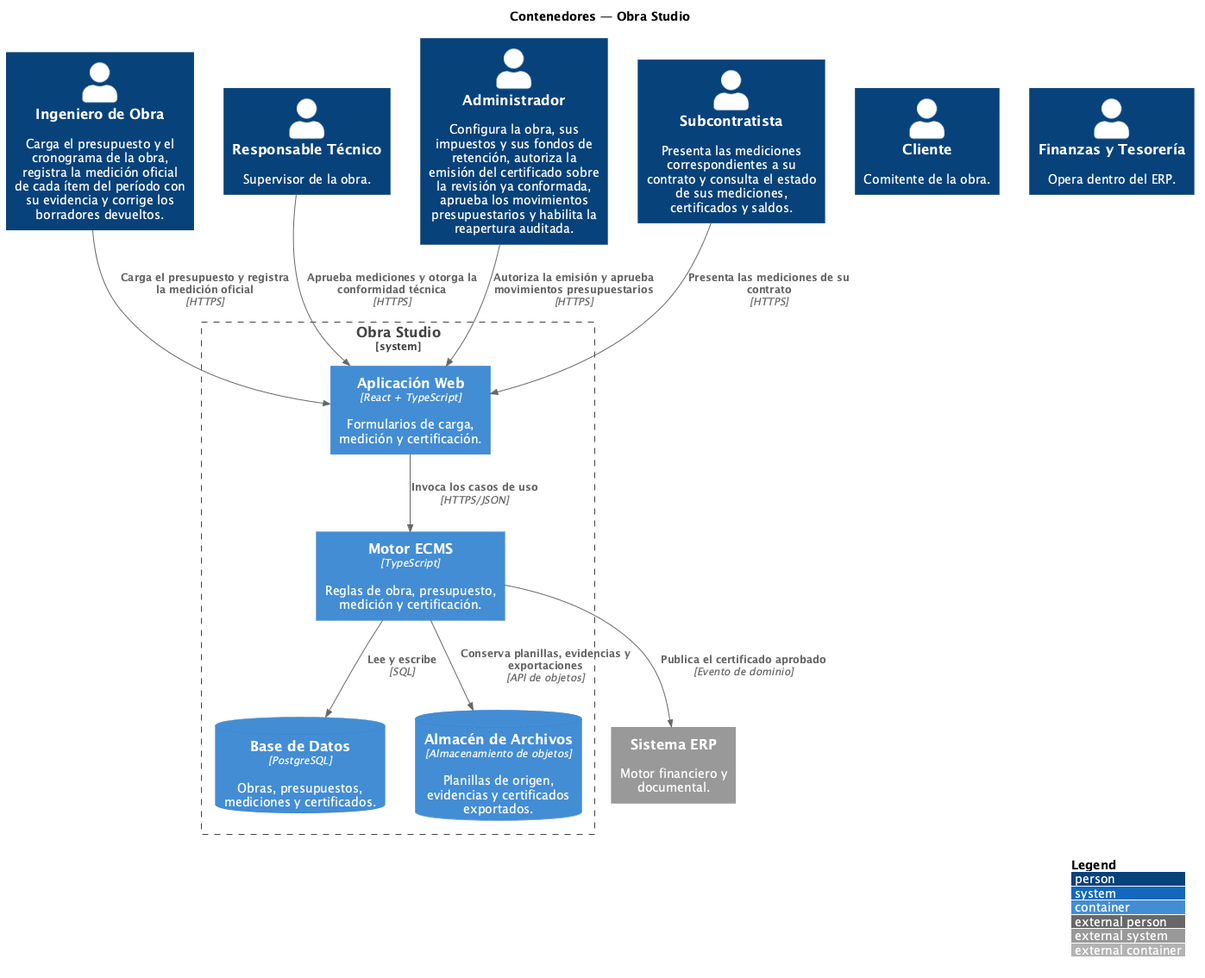
Before: modelo/out/c4/C4-Contenedores.png, a diagram exported from PlantUML (Ssrrb/TPF-teoria). The source it was exported from:
```plantuml
@startuml
!include <C4/C4_Container>
LAYOUT_WITH_LEGEND()
title Contenedores — Obra Studio

Person(ING, "Ingeniero de Obra", "Carga el presupuesto y el cronograma de la obra, registra la medición oficial de cada ítem del período con su evidencia y corrige los borradores devueltos.")
Person(SUP, "Responsable Técnico", "Supervisor de la obra.")
Person(ADM, "Administrador", "Configura la obra, sus impuestos y sus fondos de retención, autoriza la emisión del certificado sobre la revisión ya conformada, aprueba los movimientos presupuestarios y habilita la reapertura auditada.")
Person(SUB, "Subcontratista", "Presenta las mediciones correspondientes a su contrato y consulta el estado de sus mediciones, certificados y saldos.")
Person(CLI, "Cliente", "Comitente de la obra.")
Person(TES, "Finanzas y Tesorería", "Opera dentro del ERP.")

System_Ext(erp, "Sistema ERP", "Motor financiero y documental.")
System_Boundary(obra, "Obra Studio") {
  Container(web, "Aplicación Web", "React + TypeScript", "Formularios de carga, medición y certificación.")
  Container(ecms, "Motor ECMS", "TypeScript", "Reglas de obra, presupuesto, medición y certificación.")
  ContainerDb(bd, "Base de Datos", "PostgreSQL", "Obras, presupuestos, mediciones y certificados.")
  ContainerDb(archivos, "Almacén de Archivos", "Almacenamiento de objetos", "Planillas de origen, evidencias y certificados exportados.")
}

Rel(ING, web, "Carga el presupuesto y registra la medición oficial", "HTTPS")
Rel(SUP, web, "Aprueba mediciones y otorga la conformidad técnica", "HTTPS")
Rel(ADM, web, "Autoriza la emisión y aprueba movimientos presupuestarios", "HTTPS")
Rel(SUB, web, "Presenta las mediciones de su contrato", "HTTPS")
Rel(web, ecms, "Invoca los casos de uso", "HTTPS/JSON")
Rel(ecms, bd, "Lee y escribe", "SQL")
Rel(ecms, archivos, "Conserva planillas, evidencias y exportaciones", "API de objetos")
Rel(ecms, erp, "Publica el certificado aprobado", "Evento de dominio")
@enduml
```
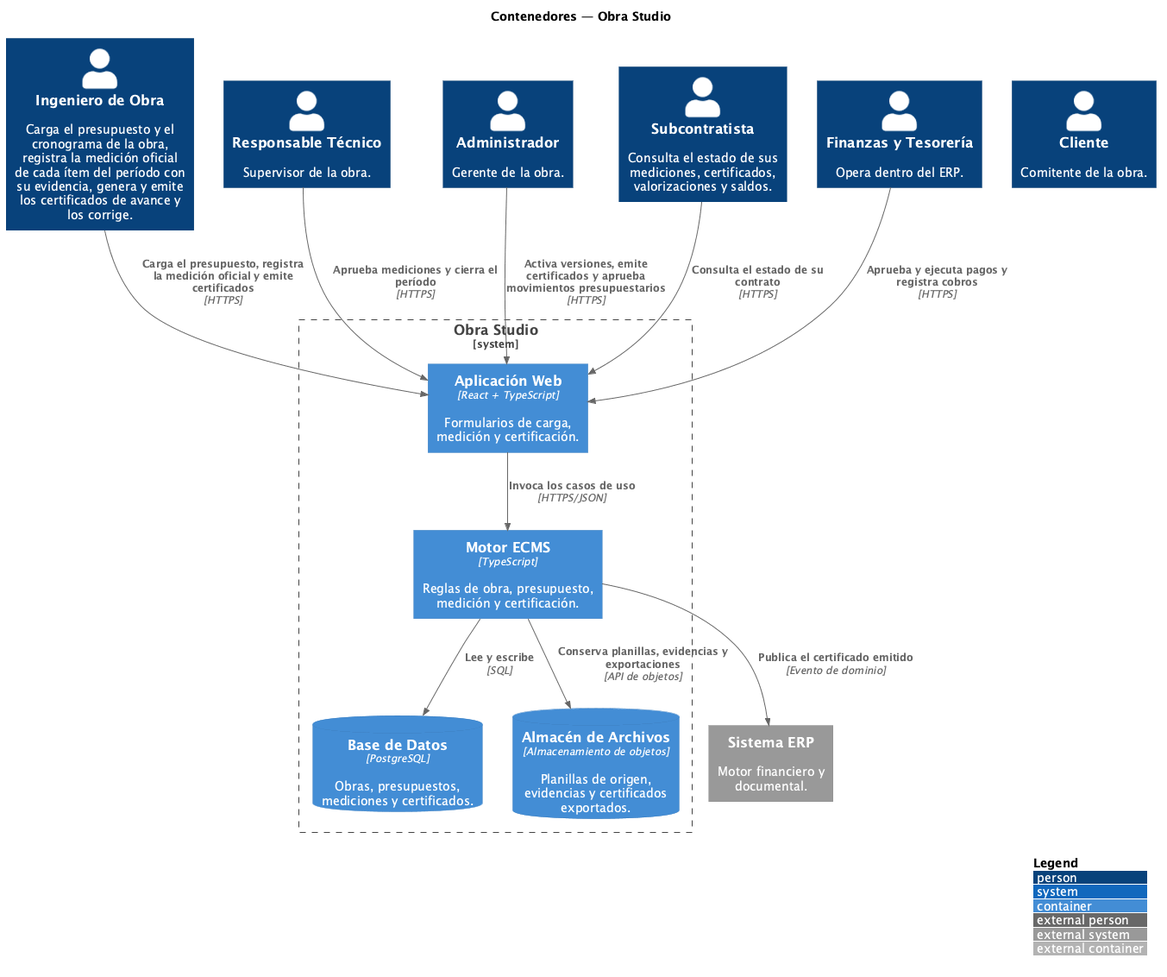
The same diagram one commit later.

The edit, as a diff of the source:
```diff
@@ -3,10 +3,10 @@
 LAYOUT_WITH_LEGEND()
 title Contenedores — Obra Studio
 
-Person(ING, "Ingeniero de Obra", "Carga el presupuesto y el cronograma de la obra, registra la medición oficial de cada ítem del período con su evidencia y corrige los borradores devueltos.")
+Person(ING, "Ingeniero de Obra", "Carga el presupuesto y el cronograma de la obra, registra la medición oficial de cada ítem del período con su evidencia, genera y emite los certificados de avance y los corrige.")
 Person(SUP, "Responsable Técnico", "Supervisor de la obra.")
-Person(ADM, "Administrador", "Configura la obra, sus impuestos y sus fondos de retención, autoriza la emisión del certificado sobre la revisión ya conformada, aprueba los movimientos presupuestarios y habilita la reapertura auditada.")
-Person(SUB, "Subcontratista", "Presenta las mediciones correspondientes a su contrato y consulta el estado de sus mediciones, certificados y saldos.")
+Person(ADM, "Administrador", "Gerente de la obra.")
+Person(SUB, "Subcontratista", "Consulta el estado de sus mediciones, certificados, valorizaciones y saldos.")
 Person(CLI, "Cliente", "Comitente de la obra.")
 Person(TES, "Finanzas y Tesorería", "Opera dentro del ERP.")
 
@@ -18,12 +18,13 @@
   ContainerDb(archivos, "Almacén de Archivos", "Almacenamiento de objetos", "Planillas de origen, evidencias y certificados exportados.")
 }
 
-Rel(ING, web, "Carga el presupuesto y registra la medición oficial", "HTTPS")
-Rel(SUP, web, "Aprueba mediciones y otorga la conformidad técnica", "HTTPS")
-Rel(ADM, web, "Autoriza la emisión y aprueba movimientos presupuestarios", "HTTPS")
-Rel(SUB, web, "Presenta las mediciones de su contrato", "HTTPS")
+Rel(ING, web, "Carga el presupuesto, registra la medición oficial y emite certificados", "HTTPS")
+Rel(SUP, web, "Aprueba mediciones y cierra el período", "HTTPS")
+Rel(ADM, web, "Activa versiones, emite certificados y aprueba movimientos presupuestarios", "HTTPS")
+Rel(SUB, web, "Consulta el estado de su contrato", "HTTPS")
+Rel(TES, web, "Aprueba y ejecuta pagos y registra cobros", "HTTPS")
 Rel(web, ecms, "Invoca los casos de uso", "HTTPS/JSON")
 Rel(ecms, bd, "Lee y escribe", "SQL")
 Rel(ecms, archivos, "Conserva planillas, evidencias y exportaciones", "API de objetos")
-Rel(ecms, erp, "Publica el certificado aprobado", "Evento de dominio")
+Rel(ecms, erp, "Publica el certificado emitido", "Evento de dominio")
 @enduml
```
